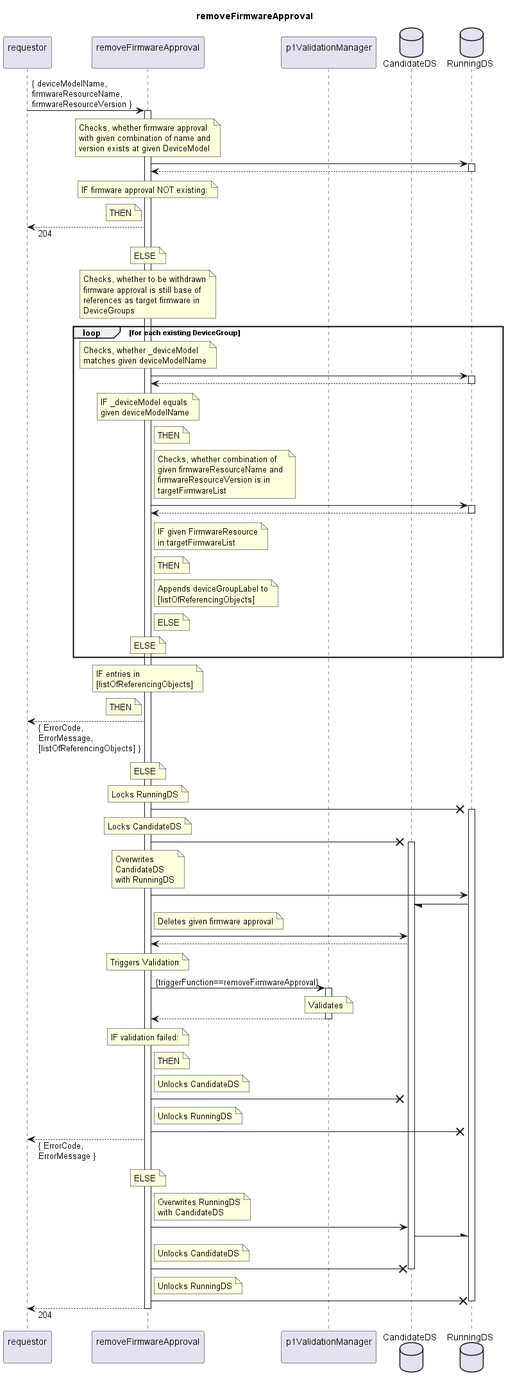
This is spec/Services/removeFirmwareApproval/1.0.0/removeFirmwareApproval.png from openBackhaul/FirmWareManager, a PlantUML export, as it was before one commit.
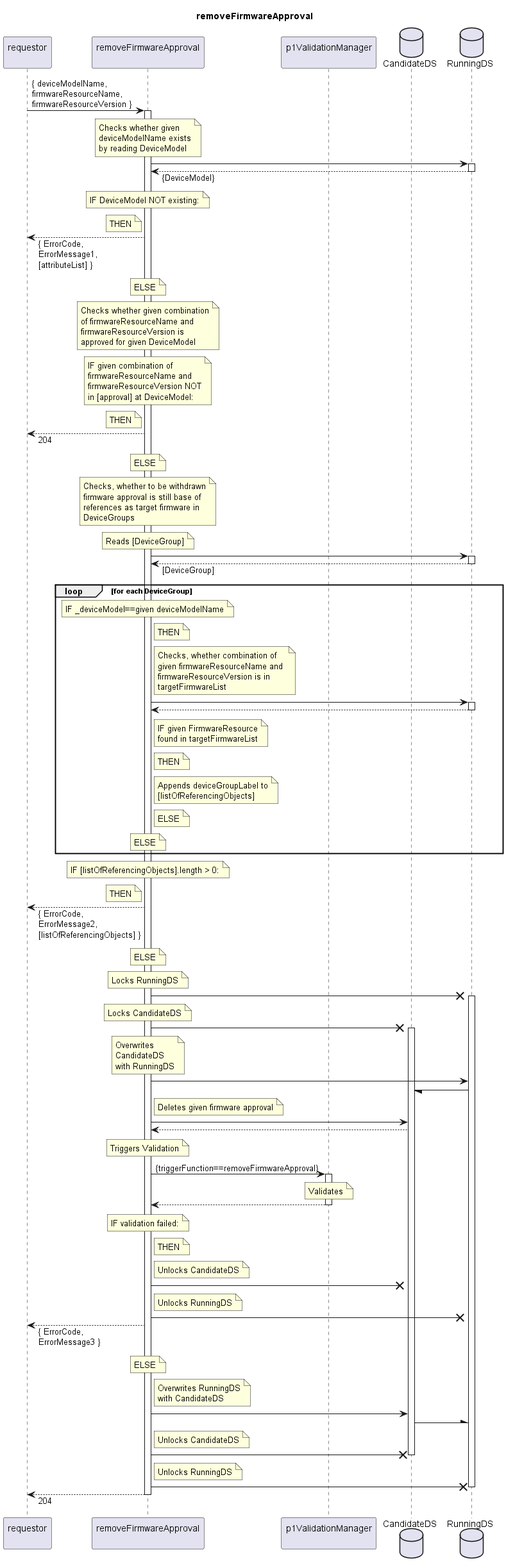
Above is the later version.

Diff of the diagram source:
```diff
@@ -15,16 +15,36 @@
 activate indServ
 
   note over indServ
-    Checks, whether firmware approval
-    with given combination of name and
-    version exists at given DeviceModel
+    Checks whether given
+    deviceModelName exists
+    by reading DeviceModel
   end note
   indServ -> RunDS
   activate RunDS
-  indServ <-- RunDS
+  indServ <-- RunDS: {DeviceModel}
   deactivate RunDS
   note over indServ
-    IF firmware approval NOT existing:
+    IF DeviceModel NOT existing:
+  end note
+  note left indServ
+    THEN
+  end note
+  requestor <-- indServ: { ErrorCode,\nErrorMessage1,\n[attributeList] }
+  note over indServ
+    ELSE
+  end note
+
+  note over indServ
+    Checks whether given combination
+    of firmwareResourceName and
+    firmwareResourceVersion is
+    approved for given DeviceModel
+  end note
+  note over indServ
+    IF given combination of
+    firmwareResourceName and
+    firmwareResourceVersion NOT
+    in [approval] at DeviceModel:
   end note
   note left indServ
     THEN
@@ -40,58 +60,55 @@
     references as target firmware in
     DeviceGroups
   end note
-  loop for each existing DeviceGroup
+  note over indServ
+    Reads [DeviceGroup]
+  end note
+  indServ -> RunDS
+  activate RunDS
+  indServ <-- RunDS: [DeviceGroup]
+  deactivate RunDS
+  loop for each DeviceGroup
     note over indServ
-      Checks, whether _deviceModel
-      matches given deviceModelName
+      IF _deviceModel==given deviceModelName
+    end note
+    note right indServ
+      THEN
+    end note
+    note right indServ
+      Checks, whether combination of
+      given firmwareResourceName and
+      firmwareResourceVersion is in
+      targetFirmwareList
     end note
     indServ -> RunDS
     activate RunDS
     indServ <-- RunDS
     deactivate RunDS
-      note over indServ
-        IF _deviceModel equals
-        given deviceModelName
-      end note
-      note right indServ
-        THEN
-      end note
-      note right indServ
-        Checks, whether combination of
-        given firmwareResourceName and
-        firmwareResourceVersion is in
-        targetFirmwareList
-      end note
-      indServ -> RunDS
-      activate RunDS
-      indServ <-- RunDS
-      deactivate RunDS
-      note right indServ
-        IF given FirmwareResource
-        in targetFirmwareList
-      end note
-      note right indServ
-        THEN
-      end note
-      note right indServ
-        Appends deviceGroupLabel to
-        [listOfReferencingObjects]
-      end note
-      note right indServ
-        ELSE
-      end note
-      note over indServ
-        ELSE
-      end note
+    note right indServ
+      IF given FirmwareResource
+      found in targetFirmwareList
+    end note
+    note right indServ
+      THEN
+    end note
+    note right indServ
+      Appends deviceGroupLabel to
+      [listOfReferencingObjects]
+    end note
+    note right indServ
+      ELSE
+    end note
+    note over indServ
+      ELSE
+    end note
   end loop
   note over indServ
-    IF entries in
-    [listOfReferencingObjects]
+    IF [listOfReferencingObjects].length > 0:
   end note
   note left indServ
     THEN
   end note
-  requestor <-- indServ: { ErrorCode,\nErrorMessage,\n[listOfReferencingObjects] }
+  requestor <-- indServ: { ErrorCode,\nErrorMessage2,\n[listOfReferencingObjects] }
   note over indServ
     ELSE
   end note
@@ -144,7 +161,7 @@
     Unlocks RunningDS
   end note
   indServ -X RunDS
-  requestor <-- indServ: { ErrorCode,\nErrorMessage }
+  requestor <-- indServ: { ErrorCode,\nErrorMessage3 }
   note over indServ
     ELSE
   end note
```
